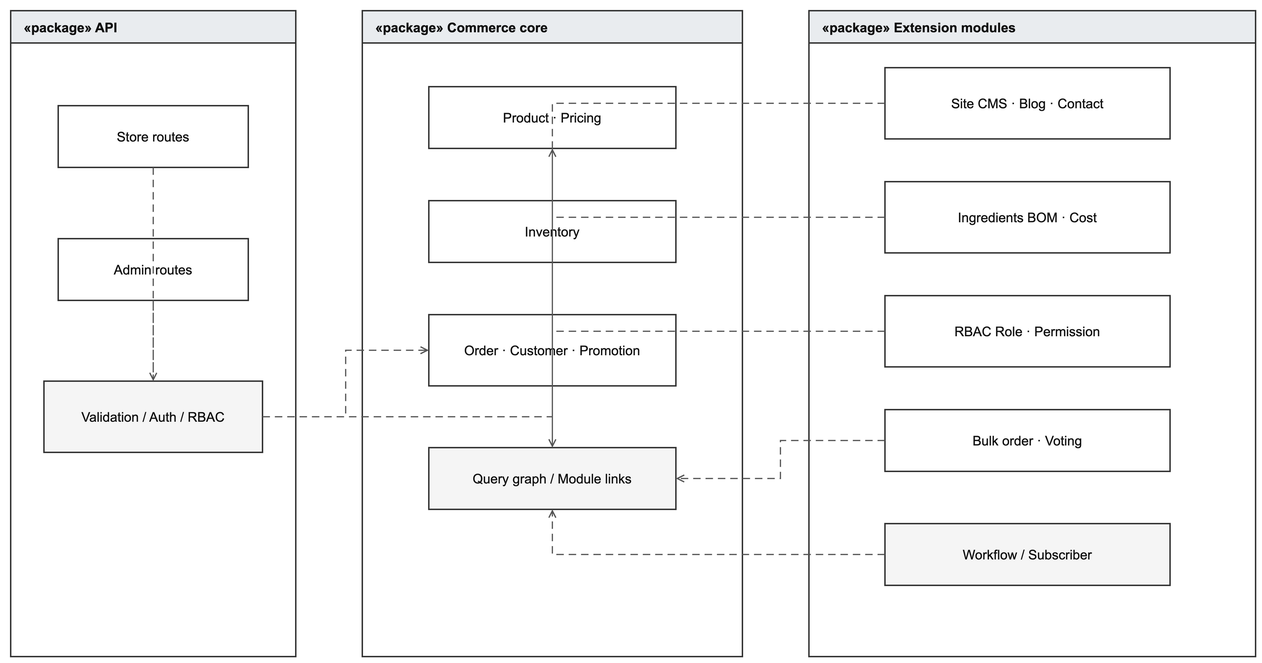
Above: docs/report/images/modules.drawio.png in pathust/mong.fruitboxz (draw.io), before the change. Source tidied: cells renumbered, new cells last; positions are measured from the earlier drawing's top-left corner, leaving out a move shared by most shapes.
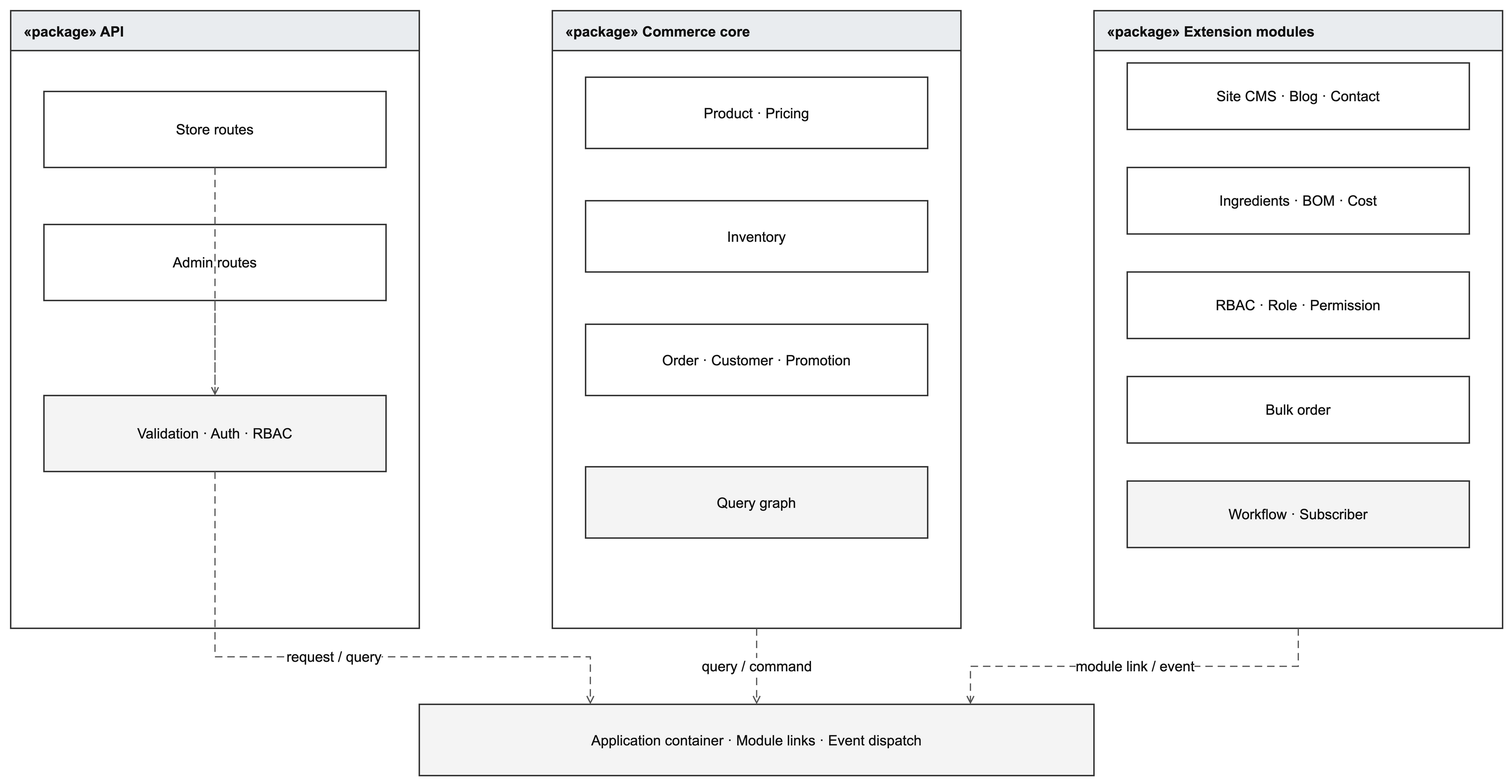
Later version of the same file.

What changed in the source:
```diff
@@ -2,86 +2,85 @@
   <root>
     <mxCell id="0" />
     <mxCell id="1" parent="0" />
-    <mxCell id="2" value="«package» API" style="swimlane;startSize=34;horizontal=1;rounded=0;fillColor=#E9ECEF;swimlaneFillColor=#FFFFFF;strokeColor=#333333;strokeWidth=1.5;fontStyle=1;align=left;spacingLeft=12;fontFamily=Arial;fontSize=14;fontColor=#111111;" parent="1" vertex="1">
-      <mxGeometry width="300" height="680" as="geometry" />
+    <mxCell id="2" value="«package» API" style="swimlane;horizontal=1;startSize=42;fillColor=#E9ECEF;swimlaneFillColor=#FFFFFF;strokeColor=#333333;strokeWidth=1.5;fontStyle=1;align=left;spacingLeft=12;fontFamily=Arial;fontSize=15;fontColor=#111111;" parent="1" vertex="1">
+      <mxGeometry x="-20" y="-20" width="430" height="650" as="geometry" />
     </mxCell>
-    <mxCell id="3" value="«package» Commerce core" style="swimlane;startSize=34;horizontal=1;rounded=0;fillColor=#E9ECEF;swimlaneFillColor=#FFFFFF;strokeColor=#333333;strokeWidth=1.5;fontStyle=1;align=left;spacingLeft=12;fontFamily=Arial;fontSize=14;fontColor=#111111;" parent="1" vertex="1">
-      <mxGeometry x="370" width="400" height="680" as="geometry" />
+    <mxCell id="3" value="«package» Commerce core" style="swimlane;horizontal=1;startSize=42;fillColor=#E9ECEF;swimlaneFillColor=#FFFFFF;strokeColor=#333333;strokeWidth=1.5;fontStyle=1;align=left;spacingLeft=12;fontFamily=Arial;fontSize=15;fontColor=#111111;" parent="1" vertex="1">
+      <mxGeometry x="550" y="-20" width="430" height="650" as="geometry" />
     </mxCell>
-    <mxCell id="4" value="«package» Extension modules" style="swimlane;startSize=34;horizontal=1;rounded=0;fillColor=#E9ECEF;swimlaneFillColor=#FFFFFF;strokeColor=#333333;strokeWidth=1.5;fontStyle=1;align=left;spacingLeft=12;fontFamily=Arial;fontSize=14;fontColor=#111111;" parent="1" vertex="1">
-      <mxGeometry x="840" width="470" height="680" as="geometry" />
+    <mxCell id="4" value="«package» Extension modules" style="swimlane;horizontal=1;startSize=42;fillColor=#E9ECEF;swimlaneFillColor=#FFFFFF;strokeColor=#333333;strokeWidth=1.5;fontStyle=1;align=left;spacingLeft=12;fontFamily=Arial;fontSize=15;fontColor=#111111;" parent="1" vertex="1">
+      <mxGeometry x="1120" y="-20" width="430" height="650" as="geometry" />
     </mxCell>
-    <mxCell id="5" value="Store routes" style="rounded=0;whiteSpace=wrap;html=1;fillColor=#FFFFFF;strokeColor=#333333;strokeWidth=1.5;fontFamily=Arial;fontSize=14;fontColor=#111111;" parent="1" vertex="1">
-      <mxGeometry x="50" y="100" width="200" height="65" as="geometry" />
+    <mxCell id="5" value="Store routes" style="rounded=0;whiteSpace=wrap;html=1;fillColor=#FFFFFF;strokeColor=#333333;strokeWidth=1.5;fontFamily=Arial;fontSize=15;fontColor=#111111;" parent="1" vertex="1">
+      <mxGeometry x="15" y="65" width="360" height="80" as="geometry" />
     </mxCell>
-    <mxCell id="6" value="Admin routes" style="rounded=0;whiteSpace=wrap;html=1;fillColor=#FFFFFF;strokeColor=#333333;strokeWidth=1.5;fontFamily=Arial;fontSize=14;fontColor=#111111;" parent="1" vertex="1">
-      <mxGeometry x="50" y="240" width="200" height="65" as="geometry" />
+    <mxCell id="6" value="Admin routes" style="rounded=0;whiteSpace=wrap;html=1;fillColor=#FFFFFF;strokeColor=#333333;strokeWidth=1.5;fontFamily=Arial;fontSize=15;fontColor=#111111;" parent="1" vertex="1">
+      <mxGeometry x="15" y="205" width="360" height="80" as="geometry" />
     </mxCell>
-    <mxCell id="7" value="Validation / Auth / RBAC" style="rounded=0;whiteSpace=wrap;html=1;fillColor=#F5F5F5;strokeColor=#333333;strokeWidth=1.5;fontFamily=Arial;fontSize=14;fontColor=#111111;" parent="1" vertex="1">
-      <mxGeometry x="35" y="390" width="230" height="75" as="geometry" />
+    <mxCell id="7" value="Validation · Auth · RBAC" style="rounded=0;whiteSpace=wrap;html=1;fillColor=#F4F4F4;strokeColor=#333333;strokeWidth=1.5;fontFamily=Arial;fontSize=15;fontColor=#111111;" parent="1" vertex="1">
+      <mxGeometry x="15" y="385" width="360" height="80" as="geometry" />
     </mxCell>
-    <mxCell id="8" value="Product · Pricing" style="rounded=0;whiteSpace=wrap;html=1;fillColor=#FFFFFF;strokeColor=#333333;strokeWidth=1.5;fontFamily=Arial;fontSize=14;fontColor=#111111;" parent="1" vertex="1">
-      <mxGeometry x="440" y="80" width="260" height="65" as="geometry" />
+    <mxCell id="8" value="Product · Pricing" style="rounded=0;whiteSpace=wrap;html=1;fillColor=#FFFFFF;strokeColor=#333333;strokeWidth=1.5;fontFamily=Arial;fontSize=15;fontColor=#111111;" parent="1" vertex="1">
+      <mxGeometry x="585" y="50" width="360" height="75" as="geometry" />
     </mxCell>
-    <mxCell id="9" value="Inventory" style="rounded=0;whiteSpace=wrap;html=1;fillColor=#FFFFFF;strokeColor=#333333;strokeWidth=1.5;fontFamily=Arial;fontSize=14;fontColor=#111111;" parent="1" vertex="1">
-      <mxGeometry x="440" y="200" width="260" height="65" as="geometry" />
+    <mxCell id="9" value="Inventory" style="rounded=0;whiteSpace=wrap;html=1;fillColor=#FFFFFF;strokeColor=#333333;strokeWidth=1.5;fontFamily=Arial;fontSize=15;fontColor=#111111;" parent="1" vertex="1">
+      <mxGeometry x="585" y="180" width="360" height="75" as="geometry" />
     </mxCell>
-    <mxCell id="10" value="Order · Customer · Promotion" style="rounded=0;whiteSpace=wrap;html=1;fillColor=#FFFFFF;strokeColor=#333333;strokeWidth=1.5;fontFamily=Arial;fontSize=14;fontColor=#111111;" parent="1" vertex="1">
-      <mxGeometry x="440" y="320" width="260" height="75" as="geometry" />
+    <mxCell id="10" value="Order · Customer · Promotion" style="rounded=0;whiteSpace=wrap;html=1;fillColor=#FFFFFF;strokeColor=#333333;strokeWidth=1.5;fontFamily=Arial;fontSize=15;fontColor=#111111;" parent="1" vertex="1">
+      <mxGeometry x="585" y="310" width="360" height="75" as="geometry" />
     </mxCell>
-    <mxCell id="11" value="Query graph / Module links" style="rounded=0;whiteSpace=wrap;html=1;fillColor=#F5F5F5;strokeColor=#333333;strokeWidth=1.5;fontFamily=Arial;fontSize=14;fontColor=#111111;" parent="1" vertex="1">
-      <mxGeometry x="440" y="460" width="260" height="65" as="geometry" />
+    <mxCell id="11" value="Query graph" style="rounded=0;whiteSpace=wrap;html=1;fillColor=#F4F4F4;strokeColor=#333333;strokeWidth=1.5;fontFamily=Arial;fontSize=15;fontColor=#111111;" parent="1" vertex="1">
+      <mxGeometry x="585" y="460" width="360" height="75" as="geometry" />
     </mxCell>
-    <mxCell id="12" value="Site&amp;#xa;CMS · Blog · Contact" style="rounded=0;whiteSpace=wrap;html=1;fillColor=#FFFFFF;strokeColor=#333333;strokeWidth=1.5;fontFamily=Arial;fontSize=14;fontColor=#111111;" parent="1" vertex="1">
-      <mxGeometry x="920" y="60" width="300" height="75" as="geometry" />
+    <mxCell id="12" value="Site CMS · Blog · Contact" style="rounded=0;whiteSpace=wrap;html=1;fillColor=#FFFFFF;strokeColor=#333333;strokeWidth=1.5;fontFamily=Arial;fontSize=15;fontColor=#111111;" parent="1" vertex="1">
+      <mxGeometry x="1155" y="35" width="360" height="70" as="geometry" />
     </mxCell>
-    <mxCell id="13" value="Ingredients&amp;#xa;BOM · Cost" style="rounded=0;whiteSpace=wrap;html=1;fillColor=#FFFFFF;strokeColor=#333333;strokeWidth=1.5;fontFamily=Arial;fontSize=14;fontColor=#111111;" parent="1" vertex="1">
-      <mxGeometry x="920" y="180" width="300" height="75" as="geometry" />
+    <mxCell id="13" value="Ingredients · BOM · Cost" style="rounded=0;whiteSpace=wrap;html=1;fillColor=#FFFFFF;strokeColor=#333333;strokeWidth=1.5;fontFamily=Arial;fontSize=15;fontColor=#111111;" parent="1" vertex="1">
+      <mxGeometry x="1155" y="145" width="360" height="70" as="geometry" />
     </mxCell>
-    <mxCell id="14" value="RBAC&amp;#xa;Role · Permission" style="rounded=0;whiteSpace=wrap;html=1;fillColor=#FFFFFF;strokeColor=#333333;strokeWidth=1.5;fontFamily=Arial;fontSize=14;fontColor=#111111;" parent="1" vertex="1">
-      <mxGeometry x="920" y="300" width="300" height="75" as="geometry" />
+    <mxCell id="14" value="RBAC · Role · Permission" style="rounded=0;whiteSpace=wrap;html=1;fillColor=#FFFFFF;strokeColor=#333333;strokeWidth=1.5;fontFamily=Arial;fontSize=15;fontColor=#111111;" parent="1" vertex="1">
+      <mxGeometry x="1155" y="255" width="360" height="70" as="geometry" />
     </mxCell>
-    <mxCell id="15" value="Bulk order · Voting" style="rounded=0;whiteSpace=wrap;html=1;fillColor=#FFFFFF;strokeColor=#333333;strokeWidth=1.5;fontFamily=Arial;fontSize=14;fontColor=#111111;" parent="1" vertex="1">
-      <mxGeometry x="920" y="420" width="300" height="65" as="geometry" />
+    <mxCell id="15" value="Bulk order" style="rounded=0;whiteSpace=wrap;html=1;fillColor=#FFFFFF;strokeColor=#333333;strokeWidth=1.5;fontFamily=Arial;fontSize=15;fontColor=#111111;" parent="1" vertex="1">
+      <mxGeometry x="1155" y="365" width="360" height="70" as="geometry" />
     </mxCell>
-    <mxCell id="16" value="Workflow / Subscriber" style="rounded=0;whiteSpace=wrap;html=1;fillColor=#F5F5F5;strokeColor=#333333;strokeWidth=1.5;fontFamily=Arial;fontSize=14;fontColor=#111111;" parent="1" vertex="1">
-      <mxGeometry x="920" y="540" width="300" height="65" as="geometry" />
+    <mxCell id="16" value="Workflow · Subscriber" style="rounded=0;whiteSpace=wrap;html=1;fillColor=#F4F4F4;strokeColor=#333333;strokeWidth=1.5;fontFamily=Arial;fontSize=15;fontColor=#111111;" parent="1" vertex="1">
+      <mxGeometry x="1155" y="475" width="360" height="70" as="geometry" />
     </mxCell>
+    <mxCell id="29" value="Application container · Module links · Event dispatch" style="rounded=0;whiteSpace=wrap;html=1;fillColor=#F4F4F4;strokeColor=#333333;strokeWidth=1.5;fontFamily=Arial;fontSize=15;fontColor=#111111;" parent="1" vertex="1">
+      <mxGeometry x="410" y="710" width="710" height="75" as="geometry" />
+    </mxCell>
-    <mxCell id="17" style="edgeStyle=orthogonalEdgeStyle;rounded=0;jettySize=auto;html=1;endArrow=open;endFill=0;dashed=1;dashPattern=6 4;strokeColor=#555555;strokeWidth=1.3;fontFamily=Arial;fontSize=14;fontColor=#111111;" parent="1" edge="1" source="5" target="7">
+    <mxCell id="17" style="edgeStyle=orthogonalEdgeStyle;rounded=0;jettySize=auto;html=1;endArrow=open;endFill=0;dashed=1;dashPattern=6 4;strokeColor=#555555;strokeWidth=1.3;fontFamily=Arial;fontSize=15;fontColor=#111111;" parent="1" edge="1" source="5" target="7">
       <mxGeometry relative="1" as="geometry" />
     </mxCell>
-    <mxCell id="18" style="edgeStyle=orthogonalEdgeStyle;rounded=0;jettySize=auto;html=1;endArrow=open;endFill=0;dashed=1;dashPattern=6 4;strokeColor=#555555;strokeWidth=1.3;fontFamily=Arial;fontSize=14;fontColor=#111111;" parent="1" edge="1" source="6" target="7">
+    <mxCell id="18" style="edgeStyle=orthogonalEdgeStyle;rounded=0;jettySize=auto;html=1;endArrow=open;endFill=0;dashed=1;dashPattern=6 4;strokeColor=#555555;strokeWidth=1.3;fontFamily=Arial;fontSize=15;fontColor=#111111;" parent="1" edge="1" source="6" target="7">
       <mxGeometry relative="1" as="geometry" />
     </mxCell>
-    <mxCell id="19" style="edgeStyle=orthogonalEdgeStyle;rounded=0;jettySize=auto;html=1;endArrow=open;endFill=0;dashed=1;dashPattern=6 4;strokeColor=#555555;strokeWidth=1.3;fontFamily=Arial;fontSize=14;fontColor=#111111;" parent="1" edge="1" source="7" target="8">
-      <mxGeometry relative="1" as="geometry" />
+    <mxCell id="19" value="request / query" style="edgeStyle=orthogonalEdgeStyle;rounded=0;orthogonalLoop=1;jettySize=auto;html=1;endArrow=open;endFill=0;dashed=1;dashPattern=6 4;strokeColor=#555555;strokeWidth=1.3;fontFamily=Arial;fontSize=15;fontColor=#111111;" parent="1" edge="1">
+      <mxGeometry relative="1" as="geometry">
+        <mxPoint x="195" y="465" as="sourcePoint" />
+        <mxPoint x="590" y="710" as="targetPoint" />
+        <Array as="points">
+          <mxPoint x="195" y="660" />
+          <mxPoint x="590" y="660" />
+        </Array>
+      </mxGeometry>
     </mxCell>
-    <mxCell id="20" style="edgeStyle=orthogonalEdgeStyle;rounded=0;jettySize=auto;html=1;endArrow=open;endFill=0;dashed=1;dashPattern=6 4;strokeColor=#555555;strokeWidth=1.3;fontFamily=Arial;fontSize=14;fontColor=#111111;" parent="1" edge="1" source="7" target="10">
-      <mxGeometry relative="1" as="geometry" />
+    <mxCell id="20" value="query / command" style="edgeStyle=orthogonalEdgeStyle;rounded=0;orthogonalLoop=1;jettySize=auto;html=1;endArrow=open;endFill=0;dashed=1;dashPattern=6 4;strokeColor=#555555;strokeWidth=1.3;fontFamily=Arial;fontSize=15;fontColor=#111111;" parent="1" edge="1">
+      <mxGeometry relative="1" as="geometry">
+        <mxPoint x="765" y="630" as="sourcePoint" />
+        <mxPoint x="765" y="710" as="targetPoint" />
+      </mxGeometry>
     </mxCell>
-    <mxCell id="21" style="edgeStyle=orthogonalEdgeStyle;rounded=0;jettySize=auto;html=1;endArrow=open;endFill=0;dashed=1;dashPattern=6 4;strokeColor=#555555;strokeWidth=1.3;fontFamily=Arial;fontSize=14;fontColor=#111111;" parent="1" edge="1" source="8" target="11">
-      <mxGeometry relative="1" as="geometry" />
+    <mxCell id="21" value="module link / event" style="edgeStyle=orthogonalEdgeStyle;rounded=0;orthogonalLoop=1;jettySize=auto;html=1;endArrow=open;endFill=0;dashed=1;dashPattern=6 4;strokeColor=#555555;strokeWidth=1.3;fontFamily=Arial;fontSize=15;fontColor=#111111;" parent="1" edge="1">
+      <mxGeometry relative="1" as="geometry">
+        <mxPoint x="1335" y="630" as="sourcePoint" />
+        <mxPoint x="990" y="710" as="targetPoint" />
+        <Array as="points">
+          <mxPoint x="1335" y="670" />
+          <mxPoint x="990" y="670" />
+        </Array>
+      </mxGeometry>
     </mxCell>
-    <mxCell id="22" style="edgeStyle=orthogonalEdgeStyle;rounded=0;jettySize=auto;html=1;endArrow=open;endFill=0;dashed=1;dashPattern=6 4;strokeColor=#555555;strokeWidth=1.3;fontFamily=Arial;fontSize=14;fontColor=#111111;" parent="1" edge="1" source="9" target="11">
-      <mxGeometry relative="1" as="geometry" />
-    </mxCell>
-    <mxCell id="23" style="edgeStyle=orthogonalEdgeStyle;rounded=0;jettySize=auto;html=1;endArrow=open;endFill=0;dashed=1;dashPattern=6 4;strokeColor=#555555;strokeWidth=1.3;fontFamily=Arial;fontSize=14;fontColor=#111111;" parent="1" edge="1" source="10" target="11">
-      <mxGeometry relative="1" as="geometry" />
-    </mxCell>
-    <mxCell id="24" style="edgeStyle=orthogonalEdgeStyle;rounded=0;jettySize=auto;html=1;endArrow=open;endFill=0;dashed=1;dashPattern=6 4;strokeColor=#555555;strokeWidth=1.3;fontFamily=Arial;fontSize=14;fontColor=#111111;" parent="1" edge="1" source="12" target="11">
-      <mxGeometry relative="1" as="geometry" />
-    </mxCell>
-    <mxCell id="25" style="edgeStyle=orthogonalEdgeStyle;rounded=0;jettySize=auto;html=1;endArrow=open;endFill=0;dashed=1;dashPattern=6 4;strokeColor=#555555;strokeWidth=1.3;fontFamily=Arial;fontSize=14;fontColor=#111111;" parent="1" edge="1" source="13" target="11">
-      <mxGeometry relative="1" as="geometry" />
-    </mxCell>
-    <mxCell id="26" style="edgeStyle=orthogonalEdgeStyle;rounded=0;jettySize=auto;html=1;endArrow=open;endFill=0;dashed=1;dashPattern=6 4;strokeColor=#555555;strokeWidth=1.3;fontFamily=Arial;fontSize=14;fontColor=#111111;" parent="1" edge="1" source="14" target="11">
-      <mxGeometry relative="1" as="geometry" />
-    </mxCell>
-    <mxCell id="27" style="edgeStyle=orthogonalEdgeStyle;rounded=0;jettySize=auto;html=1;endArrow=open;endFill=0;dashed=1;dashPattern=6 4;strokeColor=#555555;strokeWidth=1.3;fontFamily=Arial;fontSize=14;fontColor=#111111;" parent="1" edge="1" source="15" target="11">
-      <mxGeometry relative="1" as="geometry" />
-    </mxCell>
-    <mxCell id="28" style="edgeStyle=orthogonalEdgeStyle;rounded=0;jettySize=auto;html=1;endArrow=open;endFill=0;dashed=1;dashPattern=6 4;strokeColor=#555555;strokeWidth=1.3;fontFamily=Arial;fontSize=14;fontColor=#111111;" parent="1" edge="1" source="16" target="11">
-      <mxGeometry relative="1" as="geometry" />
-    </mxCell>
   </root>
 </mxGraphModel>
```
